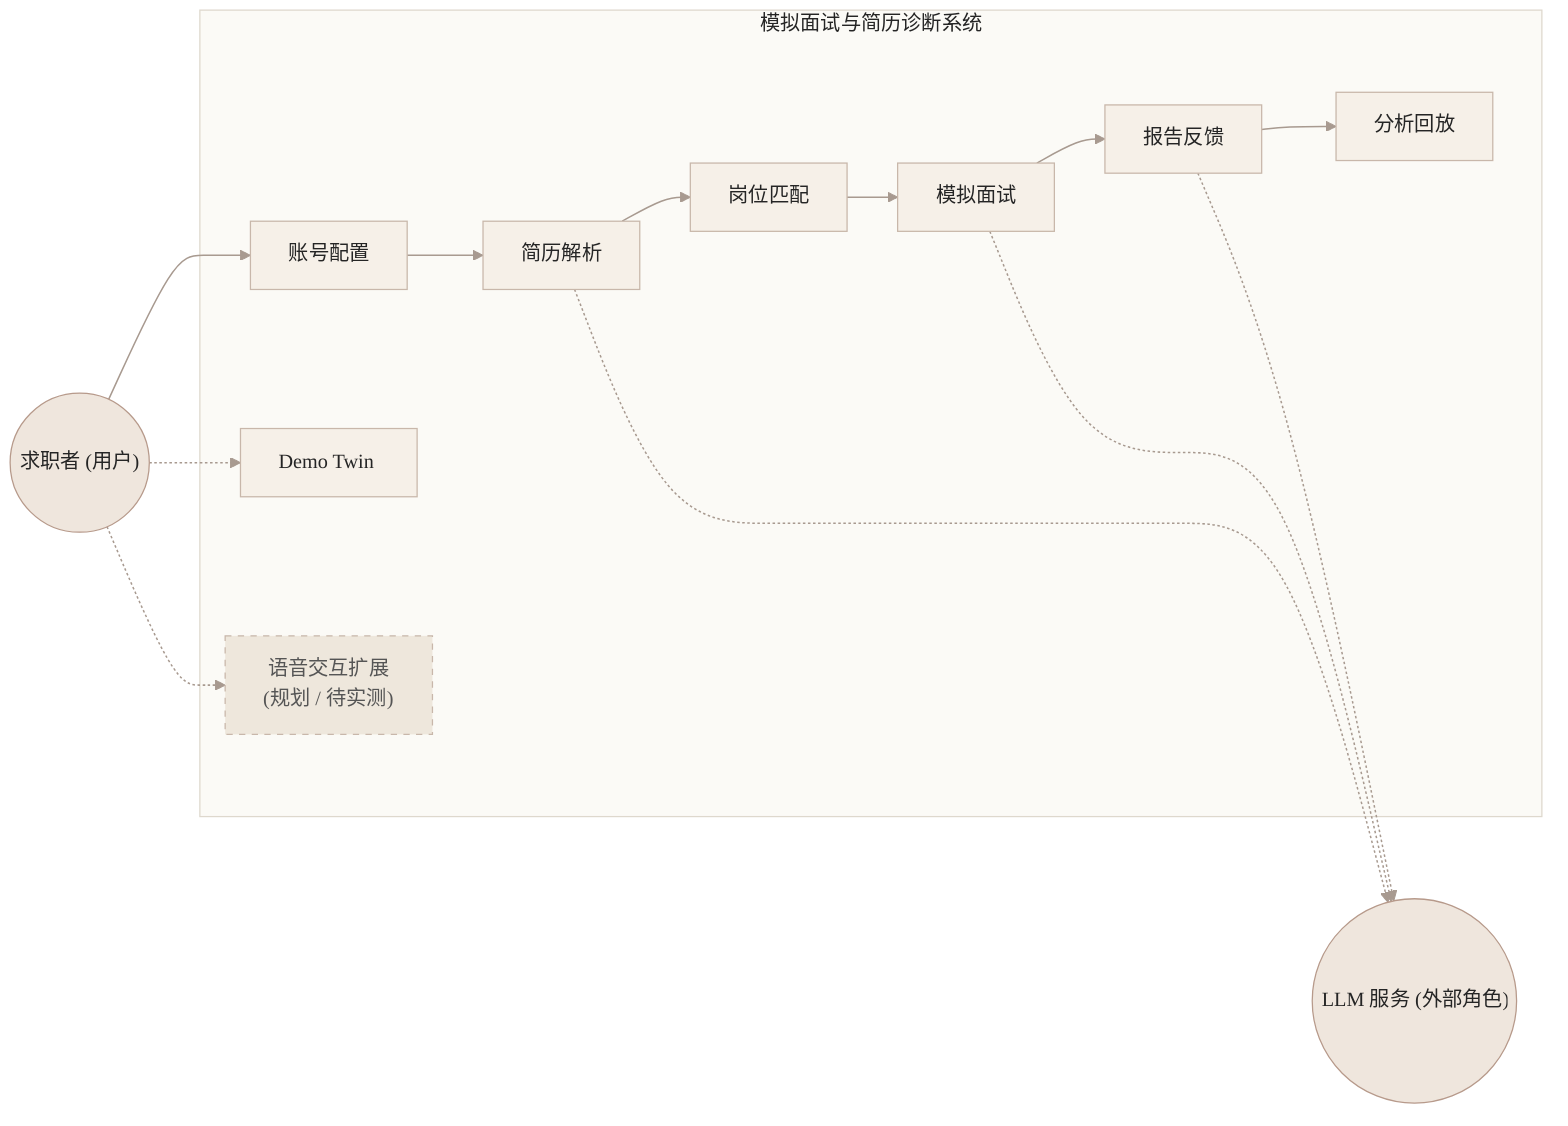
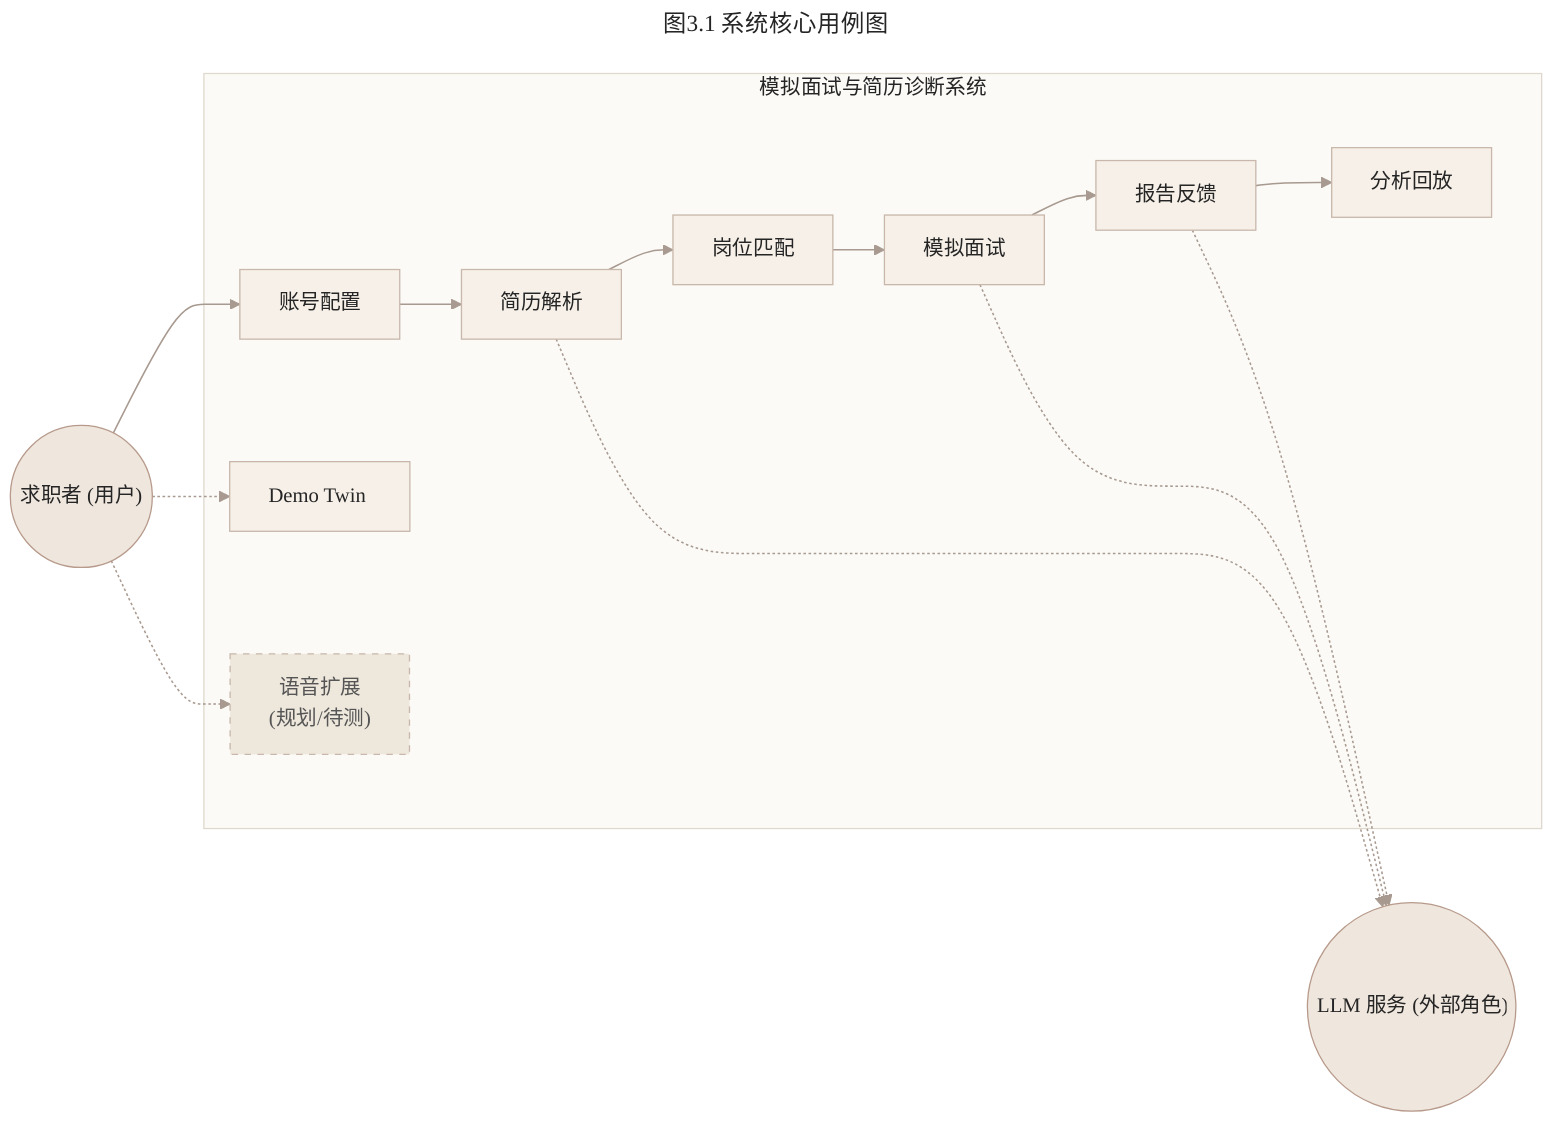
+ ---
+ title: 图3.1 系统核心用例图
+ ---
%%{init: {
  'theme': 'base',
  'themeVariables': {
    'background': '#FAF8F2',
    'primaryColor': '#EFE6DD',
    'primaryBorderColor': '#B79A8B',
    'primaryTextColor': '#252525',
    'lineColor': '#A89A90',
    'secondaryColor': '#F6F0E8',
    'tertiaryColor': '#FBFAF6',
    'fontFamily': 'Microsoft YaHei, SimHei, Arial, sans-serif',
    'fontSize': '16px'
  },
  'flowchart': {
-     'nodeSpacing': 110,
+     'nodeSpacing': 95,
    'rankSpacing': 40
  }
}}%%
flowchart LR
  user(("求职者 (用户)"))
  llm_service(("LLM 服务 (外部角色)"))

  subgraph system_boundary["模拟面试与简历诊断系统"]
    login_profile["账号配置"]
    resume_parse["简历解析"]
    job_match["岗位匹配"]
    mock_interview["模拟面试"]
    report_feedback["报告反馈"]
    analytics_history["分析回放"]

    demo_twin["Demo Twin"]
-     voice_extension["语音交互扩展<br/>(规划 / 待实测)"]
+     voice_extension["语音扩展<br/>(规划/待测)"]

    login_profile --> resume_parse --> job_match --> mock_interview --> report_feedback --> analytics_history
  end

  user --> login_profile
  user -.-> demo_twin
  user -.-> voice_extension

  resume_parse -.-> llm_service
  mock_interview -.-> llm_service
  report_feedback -.-> llm_service

  classDef actor fill:#EFE6DD,stroke:#B79A8B,color:#252525
  classDef layer fill:#FBFAF6,stroke:#DED8CD,color:#252525
  classDef node fill:#F6F0E8,stroke:#C8B7AA,color:#252525
  classDef plan fill:#EEE7DC,stroke:#C8B7AA,stroke-dasharray: 5 5,color:#555555
  class user,llm_service actor
  class system_boundary layer
  class login_profile,resume_parse,job_match,mock_interview,report_feedback,analytics_history,demo_twin node
  class voice_extension plan
  linkStyle default stroke:#A89A90,stroke-width:1.2px
